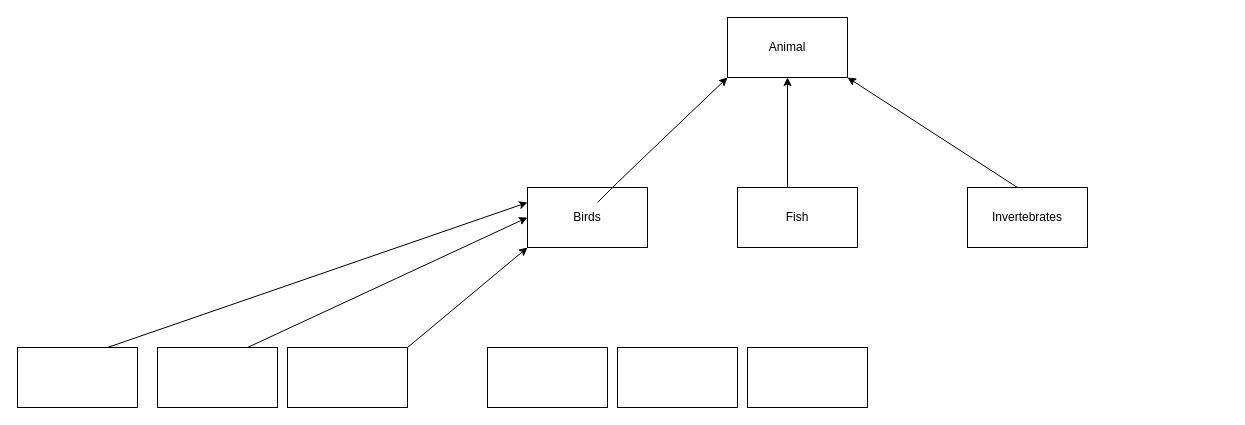
Pary24/Hillcrest-Programming-2-X-Subscriptions keeps this draw.io diagram as InheritanceLink.drawio. Above is the earlier version. Source tidied: cells renumbered, new cells numbered last; positions are measured from the earlier drawing's top-left corner, leaving out a move shared by most shapes. Both pictures are drawn from the tidied source at 100%, with x=0, y=0 at pixel (17, 17).
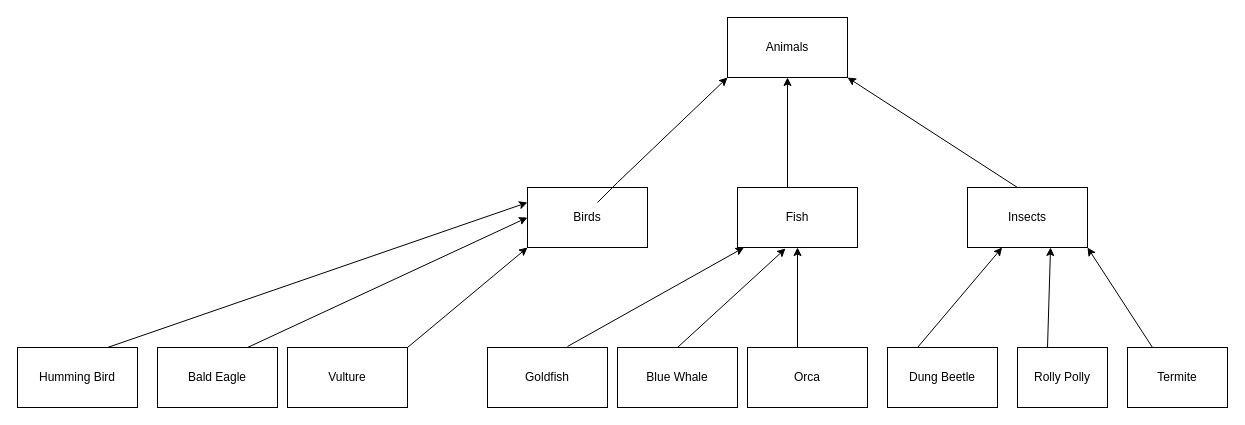
Above is the later version.

The change refers to these unchanged cells:
```xml
<mxCell id="4" value="Fish" style="rounded=0;whiteSpace=wrap;html=1;" parent="1" vertex="1">
  <mxGeometry x="720" y="170" width="120" height="60" as="geometry" />
</mxCell>
```

Diff of the diagram source:
```diff
@@
-    <mxCell id="2" value="Animal" style="rounded=0;whiteSpace=wrap;html=1;" parent="1" vertex="1">
+    <mxCell id="2" value="Animals" style="rounded=0;whiteSpace=wrap;html=1;" parent="1" vertex="1">
       <mxGeometry x="710" width="120" height="60" as="geometry" />
     </mxCell>
@@
-    <mxCell id="5" value="Invertebrates" style="rounded=0;whiteSpace=wrap;html=1;" parent="1" vertex="1">
+    <mxCell id="5" value="Insects" style="rounded=0;whiteSpace=wrap;html=1;" parent="1" vertex="1">
       <mxGeometry x="950" y="170" width="120" height="60" as="geometry" />
     </mxCell>
@@
-    <mxCell id="9" style="rounded=0;whiteSpace=wrap;html=1;" parent="1" vertex="1">
+    <mxCell id="9" value="Humming Bird" style="rounded=0;whiteSpace=wrap;html=1;" parent="1" vertex="1">
       <mxGeometry y="330" width="120" height="60" as="geometry" />
     </mxCell>
-    <mxCell id="10" style="rounded=0;whiteSpace=wrap;html=1;" parent="1" vertex="1">
+    <mxCell id="10" value="Bald Eagle" style="rounded=0;whiteSpace=wrap;html=1;" parent="1" vertex="1">
       <mxGeometry x="140" y="330" width="120" height="60" as="geometry" />
     </mxCell>
-    <mxCell id="11" style="rounded=0;whiteSpace=wrap;html=1;" parent="1" vertex="1">
+    <mxCell id="11" value="Vulture" style="rounded=0;whiteSpace=wrap;html=1;" parent="1" vertex="1">
       <mxGeometry x="270" y="330" width="120" height="60" as="geometry" />
     </mxCell>
-    <mxCell id="12" style="rounded=0;whiteSpace=wrap;html=1;" parent="1" vertex="1">
+    <mxCell id="12" value="Goldfish" style="rounded=0;whiteSpace=wrap;html=1;" parent="1" vertex="1">
       <mxGeometry x="470" y="330" width="120" height="60" as="geometry" />
     </mxCell>
-    <mxCell id="13" style="rounded=0;whiteSpace=wrap;html=1;" parent="1" vertex="1">
+    <mxCell id="13" value="Blue Whale" style="rounded=0;whiteSpace=wrap;html=1;" parent="1" vertex="1">
       <mxGeometry x="600" y="330" width="120" height="60" as="geometry" />
     </mxCell>
-    <mxCell id="14" style="rounded=0;whiteSpace=wrap;html=1;" parent="1" vertex="1">
+    <mxCell id="14" value="Orca" style="rounded=0;whiteSpace=wrap;html=1;" parent="1" vertex="1">
       <mxGeometry x="730" y="330" width="120" height="60" as="geometry" />
     </mxCell>
@@
+    <mxCell id="18" style="endArrow=classic;html=1;rounded=0;exitX=0.667;exitY=-0.017;exitDx=0;exitDy=0;exitPerimeter=0;" parent="1" edge="1" source="12" target="4">
+      <mxGeometry relative="1" as="geometry" />
+    </mxCell>
+    <mxCell id="19" style="endArrow=classic;html=1;rounded=0;entryX=0.4;entryY=1.017;entryDx=0;entryDy=0;entryPerimeter=0;" parent="1" edge="1" target="4">
+      <mxGeometry relative="1" as="geometry">
+        <mxPoint x="660" y="330" as="sourcePoint" />
+      </mxGeometry>
+    </mxCell>
+    <mxCell id="20" style="endArrow=classic;html=1;rounded=0;" parent="1" edge="1" target="4">
+      <mxGeometry relative="1" as="geometry">
+        <mxPoint x="780" y="330" as="sourcePoint" />
+      </mxGeometry>
+    </mxCell>
+    <mxCell id="21" value="Rolly Polly" style="rounded=0;whiteSpace=wrap;html=1;" parent="1" vertex="1">
+      <mxGeometry x="1000" y="330" width="90" height="60" as="geometry" />
+    </mxCell>
+    <mxCell id="22" value="Dung Beetle" style="rounded=0;whiteSpace=wrap;html=1;" parent="1" vertex="1">
+      <mxGeometry x="870" y="330" width="110" height="60" as="geometry" />
+    </mxCell>
+    <mxCell id="23" value="Termite" style="rounded=0;whiteSpace=wrap;html=1;" parent="1" vertex="1">
+      <mxGeometry x="1110" y="330" width="100" height="60" as="geometry" />
+    </mxCell>
+    <mxCell id="24" style="endArrow=classic;html=1;rounded=0;" parent="1" edge="1" target="5">
+      <mxGeometry relative="1" as="geometry">
+        <mxPoint x="900" y="330" as="sourcePoint" />
+      </mxGeometry>
+    </mxCell>
+    <mxCell id="25" style="endArrow=classic;html=1;rounded=0;entryX=0.692;entryY=1;entryDx=0;entryDy=0;entryPerimeter=0;" parent="1" edge="1" target="5">
+      <mxGeometry relative="1" as="geometry">
+        <mxPoint x="1030" y="330" as="sourcePoint" />
+      </mxGeometry>
+    </mxCell>
+    <mxCell id="26" style="endArrow=classic;html=1;rounded=0;entryX=1;entryY=1;entryDx=0;entryDy=0;" parent="1" edge="1" target="5">
+      <mxGeometry relative="1" as="geometry">
+        <mxPoint x="1135" y="330" as="sourcePoint" />
+      </mxGeometry>
+    </mxCell>
```
